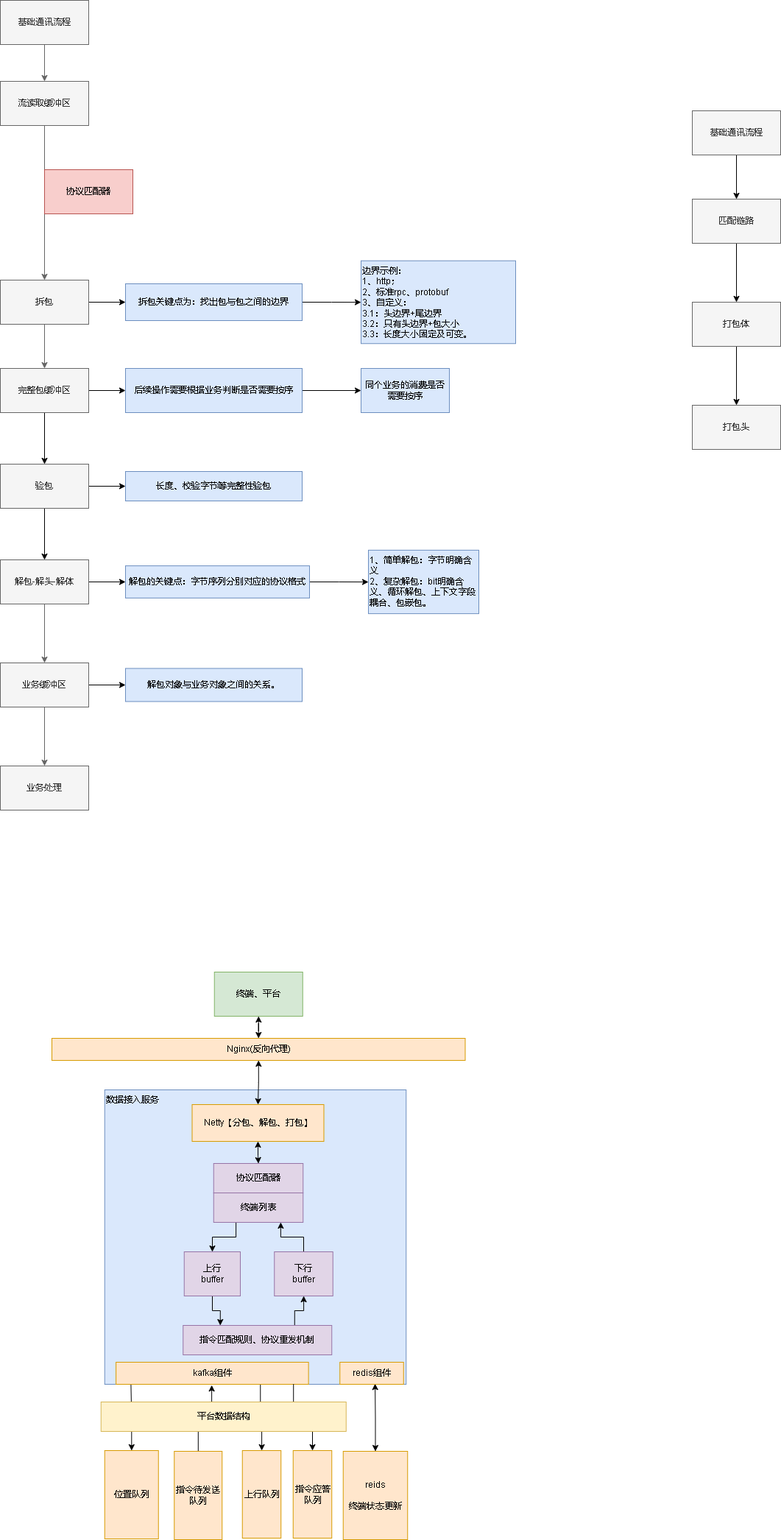
Above: cgo8_通讯设计.drawio.png in xktder/draw (draw.io), before the change. Source tidied: cells renumbered, new cells last; positions are measured from the earlier drawing's top-left corner, leaving out a move shared by most shapes.
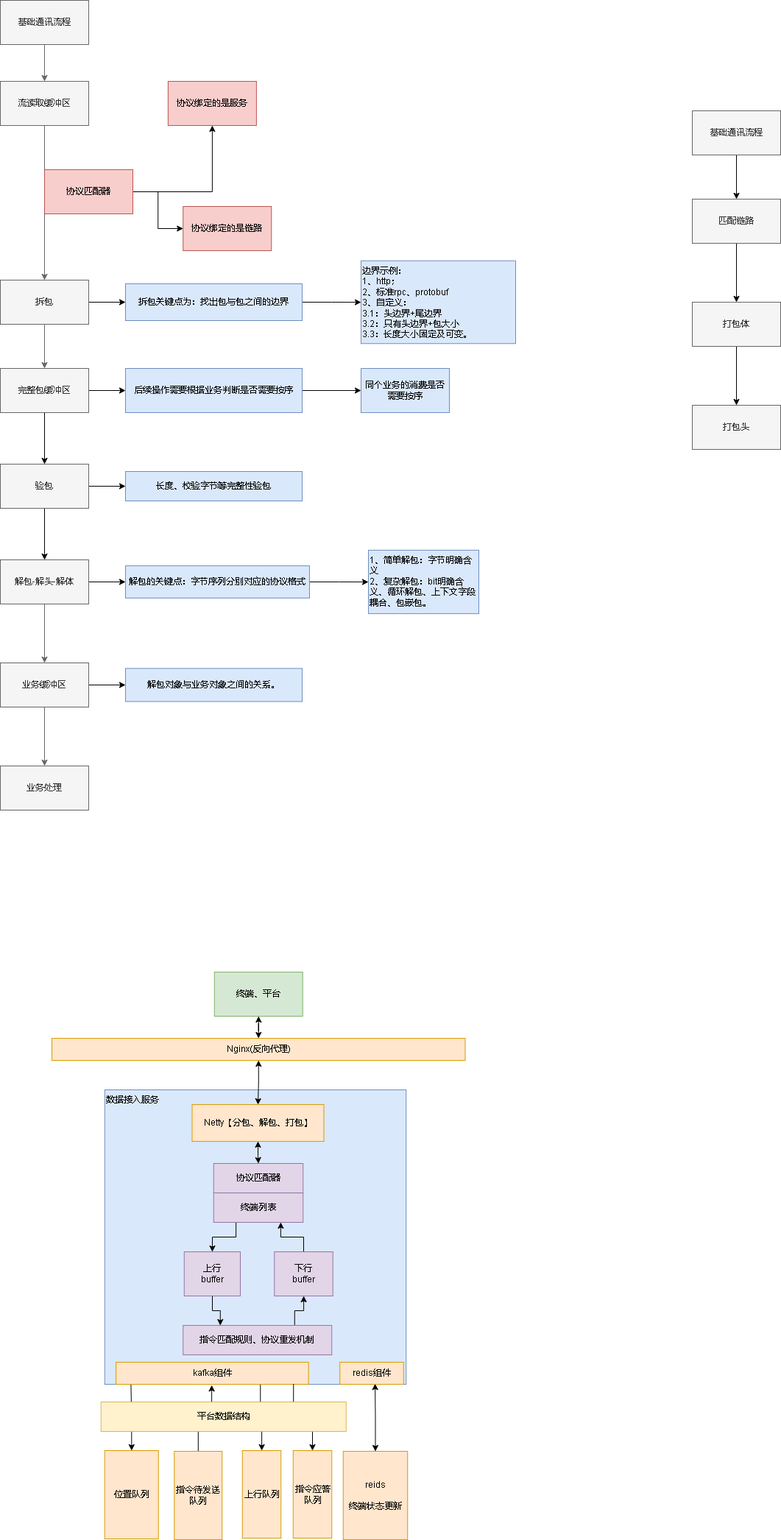
After the change.

Commit message:
更新cgo8_通讯设计.drawio.png

Change to the diagram source:
```diff
@@ -203,8 +203,20 @@
     <mxCell id="68" value="同个业务的消费是否需要按序" style="whiteSpace=wrap;html=1;fillColor=#dae8fc;strokeColor=#6c8ebf;rounded=0;" parent="1" vertex="1">
       <mxGeometry x="490" y="500" width="120" height="60" as="geometry" />
     </mxCell>
+    <mxCell id="70" style="edgeStyle=orthogonalEdgeStyle;rounded=0;jettySize=auto;html=1;" parent="1" edge="1" source="69" target="72">
+      <mxGeometry relative="1" as="geometry" />
+    </mxCell>
+    <mxCell id="71" style="edgeStyle=orthogonalEdgeStyle;rounded=0;jettySize=auto;html=1;" parent="1" edge="1" source="69" target="73">
+      <mxGeometry relative="1" as="geometry" />
+    </mxCell>
     <mxCell id="69" value="协议匹配器" style="rounded=0;whiteSpace=wrap;html=1;fillColor=#f8cecc;strokeColor=#b85450;" parent="1" vertex="1">
       <mxGeometry x="60" y="230" width="120" height="60" as="geometry" />
     </mxCell>
+    <mxCell id="72" value="协议绑定的是服务" style="rounded=0;whiteSpace=wrap;html=1;fillColor=#f8cecc;strokeColor=#b85450;" parent="1" vertex="1">
+      <mxGeometry x="227.9" y="110" width="120" height="60" as="geometry" />
+    </mxCell>
+    <mxCell id="73" value="协议绑定的是链路" style="rounded=0;whiteSpace=wrap;html=1;fillColor=#f8cecc;strokeColor=#b85450;" parent="1" vertex="1">
+      <mxGeometry x="248.2" y="280" width="120" height="60" as="geometry" />
+    </mxCell>
   </root>
 </mxGraphModel>
```
